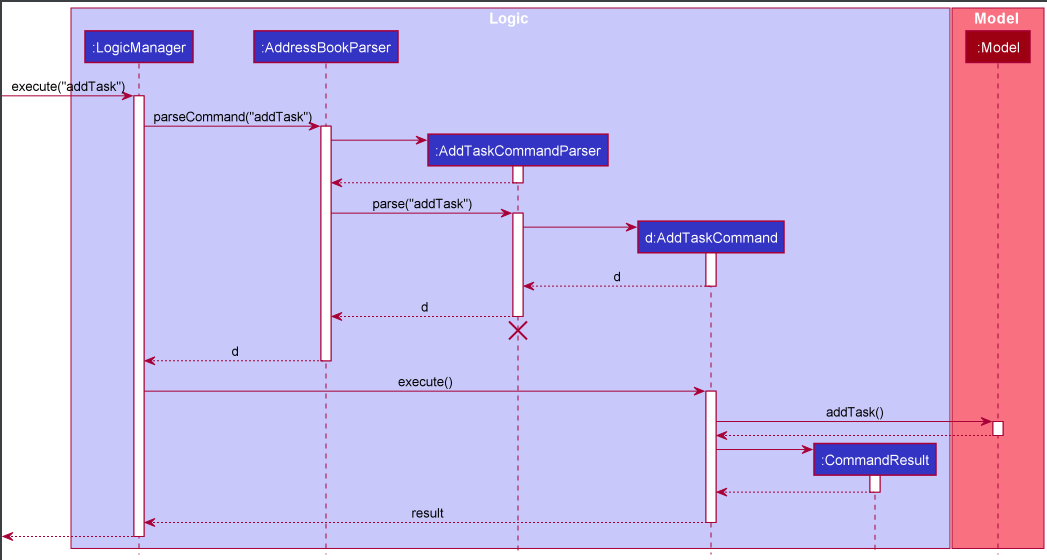
Above: docs/images/AddSequenceDiagram.PNG in nus-cs2103-AY2122S2/tp (PlantUML), before the change. Its source is kept beside it as docs/diagrams/AddSequenceDiagram.puml. Its diagram source:
```plantuml
@startuml
!include style.puml

box Logic LOGIC_COLOR_T1
participant ":LogicManager" as LogicManager LOGIC_COLOR
participant ":AddressBookParser" as AddressBookParser LOGIC_COLOR
participant ":AddTodoTaskCommandParser" as AddTodoTaskCommandParser LOGIC_COLOR
participant "d:AddTodoTaskCommand" as AddTodoTaskCommand LOGIC_COLOR
participant ":CommandResult" as CommandResult LOGIC_COLOR
end box

box Model MODEL_COLOR_T1
participant ":Model" as Model MODEL_COLOR
end box

[-> LogicManager : execute("addTodo")
activate LogicManager

LogicManager -> AddressBookParser : parseCommand("addTodo")
activate AddressBookParser

create AddTodoTaskCommandParser
AddressBookParser -> AddTodoTaskCommandParser
activate AddTodoTaskCommandParser

AddTodoTaskCommandParser --> AddressBookParser
deactivate AddTodoTaskCommandParser

AddressBookParser -> AddTodoTaskCommandParser : parse("addTodo")
activate AddTodoTaskCommandParser

create AddTodoTaskCommand
AddTodoTaskCommandParser -> AddTodoTaskCommand
activate AddTodoTaskCommand

AddTodoTaskCommand --> AddTodoTaskCommandParser : d
deactivate AddTodoTaskCommand

AddTodoTaskCommandParser --> AddressBookParser : d
deactivate AddTodoTaskCommandParser
AddTodoTaskCommandParser -[hidden]-> AddressBookParser
destroy AddTodoTaskCommandParser

AddressBookParser --> LogicManager : d
deactivate AddressBookParser

LogicManager -> AddTodoTaskCommand : execute()
activate AddTodoTaskCommand

AddTodoTaskCommand -> Model : addTodoTask()
activate Model

Model --> AddTodoTaskCommand
deactivate Model

create CommandResult
AddTodoTaskCommand -> CommandResult
activate CommandResult

CommandResult --> AddTodoTaskCommand
deactivate CommandResult

AddTodoTaskCommand --> LogicManager : result
deactivate AddTodoTaskCommand

[<--LogicManager
deactivate LogicManager
@enduml
```
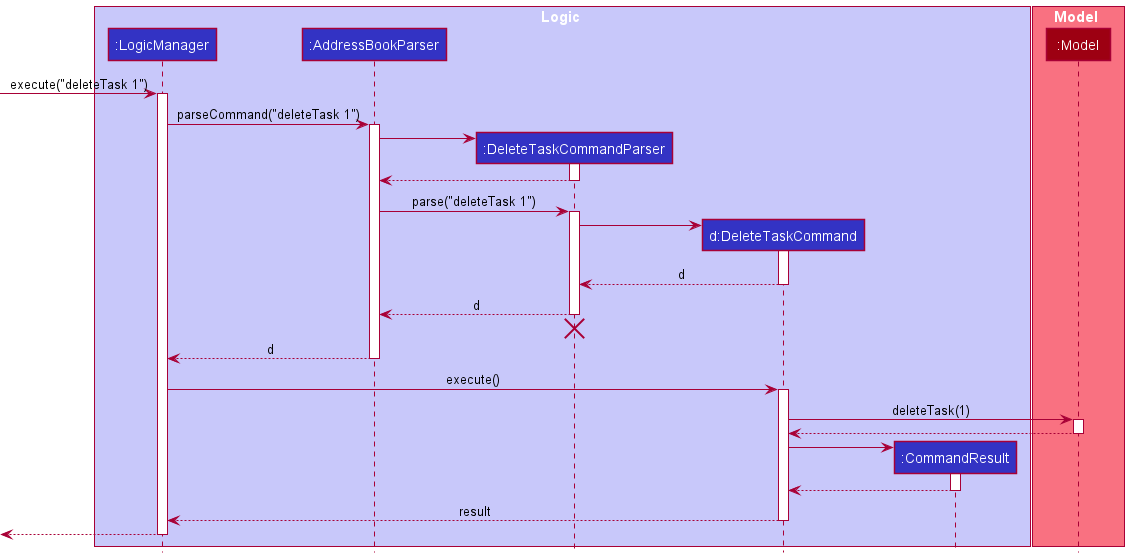
After the commit.

The edit, as a diff of the source:
```diff
@@ -4,8 +4,8 @@
 box Logic LOGIC_COLOR_T1
 participant ":LogicManager" as LogicManager LOGIC_COLOR
 participant ":AddressBookParser" as AddressBookParser LOGIC_COLOR
-participant ":AddTodoTaskCommandParser" as AddTodoTaskCommandParser LOGIC_COLOR
-participant "d:AddTodoTaskCommand" as AddTodoTaskCommand LOGIC_COLOR
+participant ":DeleteTaskCommandParser" as DeleteTaskCommandParser LOGIC_COLOR
+participant "d:DeleteTaskCommand" as DeleteTaskCommand LOGIC_COLOR
 participant ":CommandResult" as CommandResult LOGIC_COLOR
 end box
 
@@ -13,55 +13,55 @@
 participant ":Model" as Model MODEL_COLOR
 end box
 
-[-> LogicManager : execute("addTodo")
+[-> LogicManager : execute("deleteTask 1")
 activate LogicManager
 
-LogicManager -> AddressBookParser : parseCommand("addTodo")
+LogicManager -> AddressBookParser : parseCommand("deleteTask 1")
 activate AddressBookParser
 
-create AddTodoTaskCommandParser
-AddressBookParser -> AddTodoTaskCommandParser
-activate AddTodoTaskCommandParser
+create DeleteTaskCommandParser
+AddressBookParser -> DeleteTaskCommandParser
+activate DeleteTaskCommandParser
 
-AddTodoTaskCommandParser --> AddressBookParser
-deactivate AddTodoTaskCommandParser
+DeleteTaskCommandParser --> AddressBookParser
+deactivate DeleteTaskCommandParser
 
-AddressBookParser -> AddTodoTaskCommandParser : parse("addTodo")
-activate AddTodoTaskCommandParser
+AddressBookParser -> DeleteTaskCommandParser : parse("deleteTask 1")
+activate DeleteTaskCommandParser
 
-create AddTodoTaskCommand
-AddTodoTaskCommandParser -> AddTodoTaskCommand
-activate AddTodoTaskCommand
+create DeleteTaskCommand
+DeleteTaskCommandParser -> DeleteTaskCommand
+activate DeleteTaskCommand
 
-AddTodoTaskCommand --> AddTodoTaskCommandParser : d
-deactivate AddTodoTaskCommand
+DeleteTaskCommand --> DeleteTaskCommandParser : d
+deactivate DeleteTaskCommand
 
-AddTodoTaskCommandParser --> AddressBookParser : d
-deactivate AddTodoTaskCommandParser
-AddTodoTaskCommandParser -[hidden]-> AddressBookParser
-destroy AddTodoTaskCommandParser
+DeleteTaskCommandParser --> AddressBookParser : d
+deactivate DeleteTaskCommandParser
+DeleteTaskCommandParser -[hidden]-> AddressBookParser
+destroy DeleteTaskCommandParser
 
 AddressBookParser --> LogicManager : d
 deactivate AddressBookParser
 
-LogicManager -> AddTodoTaskCommand : execute()
-activate AddTodoTaskCommand
+LogicManager -> DeleteTaskCommand : execute()
+activate DeleteTaskCommand
 
-AddTodoTaskCommand -> Model : addTodoTask()
+DeleteTaskCommand -> Model : deleteTask(1)
 activate Model
 
-Model --> AddTodoTaskCommand
+Model --> DeleteTaskCommand
 deactivate Model
 
 create CommandResult
-AddTodoTaskCommand -> CommandResult
+DeleteTaskCommand -> CommandResult
 activate CommandResult
 
-CommandResult --> AddTodoTaskCommand
+CommandResult --> DeleteTaskCommand
 deactivate CommandResult
 
-AddTodoTaskCommand --> LogicManager : result
-deactivate AddTodoTaskCommand
+DeleteTaskCommand --> LogicManager : result
+deactivate DeleteTaskCommand
 
 [<--LogicManager
 deactivate LogicManager
```
